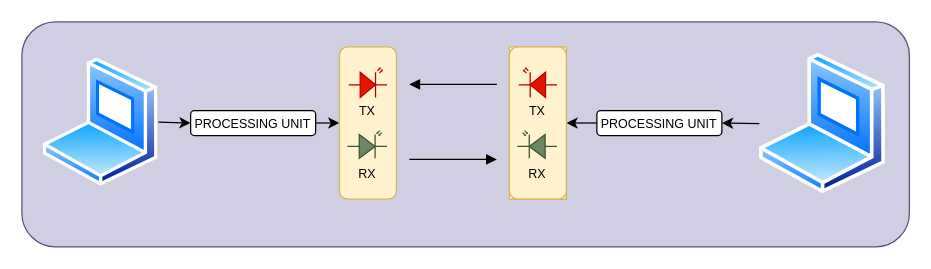
Oshadha345/Li-Fi-File-Sharing keeps this draw.io diagram as project_architecture.drawio. Above is the earlier version. Source tidied: cells renumbered, new cells numbered last; positions are measured from the earlier drawing's top-left corner, leaving out a move shared by most shapes. Both pictures are drawn from the tidied source at 125%, with x=0, y=0 at pixel (21, 21).
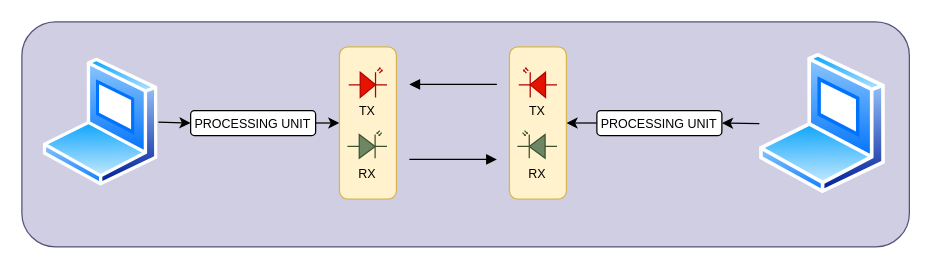
After the change.

Commit message:
Update project architecture diagram formatting

Adjusted draw.io XML attributes for improved diagram consistency. Changes include reordering and formatting of XML attributes, but no structural or visual modifications to the architecture diagram.

The edit, as a diff of the source:
```diff
@@
-    <mxCell id="9" style="group;fillColor=#fff2cc;strokeColor=#d6b656;" parent="1" vertex="1">
-      <mxGeometry x="390" y="20" width="45.6" height="121.9" as="geometry" />
-    </mxCell>
```
